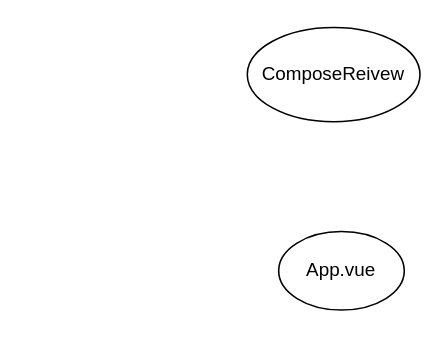
This is 未命名绘图.drawio from hkjj293/PROformajs-vue-3, a draw.io file, before an edit. Source tidied: cells renumbered, new cells numbered last; positions are measured from the earlier drawing's top-left corner, leaving out a move shared by most shapes. Both pictures are drawn from the tidied source at 157%, with x=0, y=0 at pixel (246, 27).
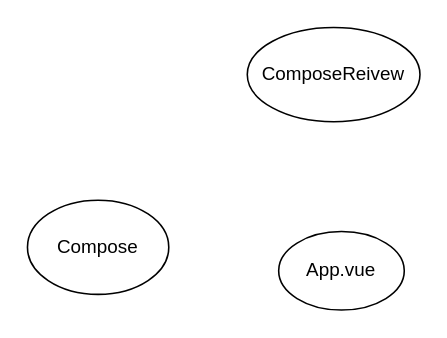
The same diagram, later.

What changed in the source:
```diff
@@
 <mxGraphModel>
   <root>
     <mxCell id="0" />
     <mxCell id="1" parent="0" />
     <mxCell id="2" value="App.vue" style="ellipse;whiteSpace=wrap;html=1;" parent="1" vertex="1">
       <mxGeometry x="20" y="130" width="80" height="50" as="geometry" />
     </mxCell>
     <mxCell id="3" value="ComposeReivew" style="ellipse;whiteSpace=wrap;html=1;" parent="1" vertex="1">
       <mxGeometry width="110" height="60" as="geometry" />
     </mxCell>
+    <mxCell id="4" value="Compose" style="ellipse;whiteSpace=wrap;html=1;" parent="1" vertex="1">
+      <mxGeometry x="-140" y="110" width="90" height="60" as="geometry" />
+    </mxCell>
   </root>
 </mxGraphModel>
```
